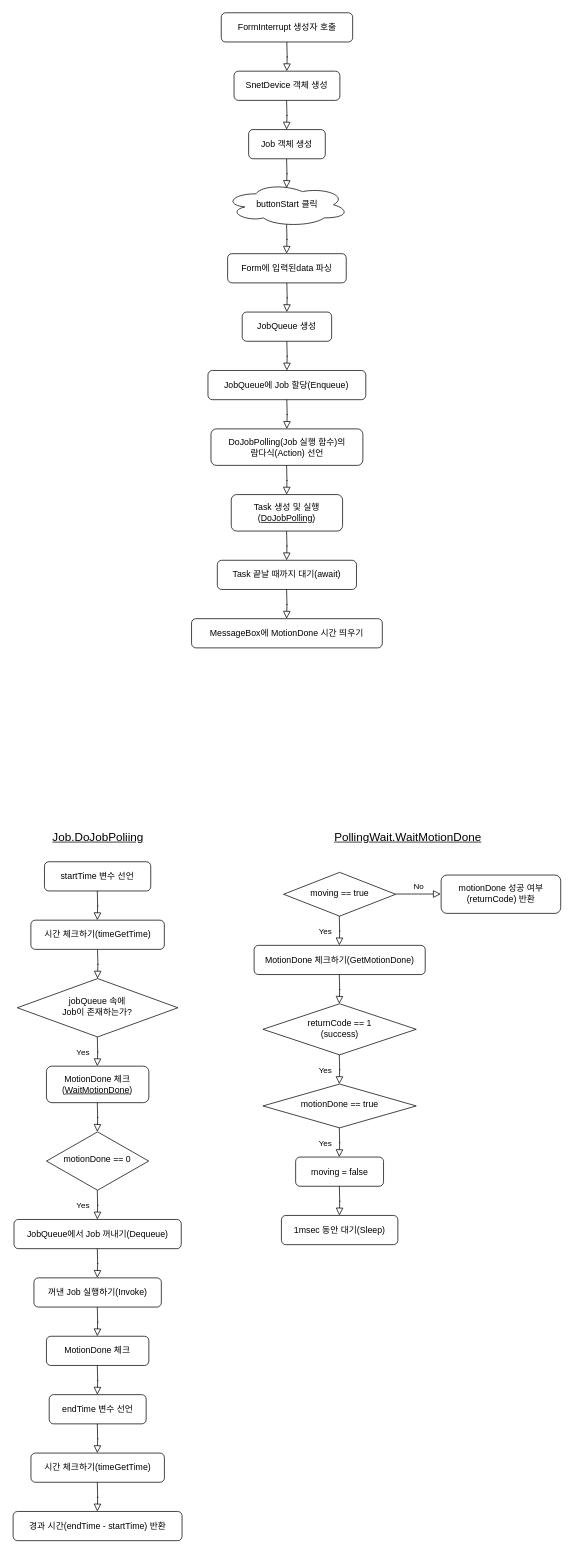
tataki26/EMotionEx keeps this draw.io diagram as page "FlowChart" (2 of 2) of SnetTestProgram/SnetTestProgram/SnetTestProgram.drawio. Above is the earlier version. Source tidied: cells renumbered, new cells numbered last; positions are measured from the earlier drawing's top-left corner, leaving out a move shared by most shapes. Both pictures are drawn from the tidied source at 73%, with x=0, y=0 at pixel (13, 12).
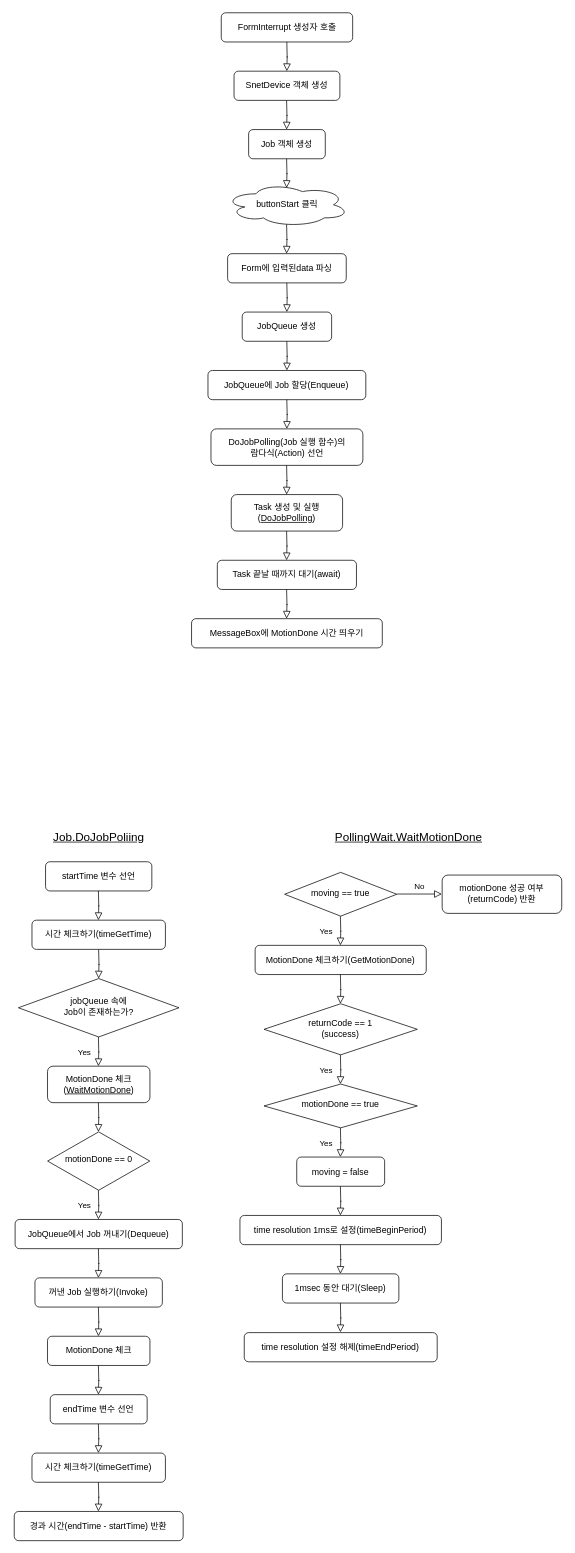
The same diagram, later.

What changed in the source:
```diff
@@
     <mxCell id="23" value="startTime 변수 선언" style="rounded=1;whiteSpace=wrap;html=1;fontSize=12;glass=0;strokeWidth=1;shadow=0;" parent="1" vertex="1">
-      <mxGeometry x="42.4" y="1163" width="145.6" height="40" as="geometry" />
+      <mxGeometry x="43.9" y="1163" width="145.6" height="40" as="geometry" />
     </mxCell>
     <mxCell id="24" style="rounded=0;html=1;jettySize=auto;orthogonalLoop=1;fontSize=11;endArrow=block;endFill=0;endSize=8;strokeWidth=1;shadow=0;labelBackgroundColor=none;edgeStyle=orthogonalEdgeStyle;" parent="1" edge="1">
       <mxGeometry relative="1" as="geometry">
-        <mxPoint x="115.1" y="1283" as="sourcePoint" />
-        <mxPoint x="115.1" y="1323" as="targetPoint" />
+        <mxPoint x="116.6" y="1283" as="sourcePoint" />
+        <mxPoint x="116.6" y="1323" as="targetPoint" />
       </mxGeometry>
     </mxCell>
     <mxCell id="25" value="jobQueue 속에&lt;br&gt;Job이 존재하는가?" style="rhombus;whiteSpace=wrap;html=1;shadow=0;fontFamily=Helvetica;fontSize=12;align=center;strokeWidth=1;spacing=6;spacingTop=-4;" parent="1" vertex="1">
-      <mxGeometry x="5.2" y="1323" width="220" height="80" as="geometry" />
+      <mxGeometry x="6.7" y="1323" width="220" height="80" as="geometry" />
     </mxCell>
     <mxCell id="26" value="Yes" style="rounded=0;html=1;jettySize=auto;orthogonalLoop=1;fontSize=11;endArrow=block;endFill=0;endSize=8;strokeWidth=1;shadow=0;labelBackgroundColor=none;edgeStyle=orthogonalEdgeStyle;" parent="1" edge="1">
       <mxGeometry y="20" relative="1" as="geometry">
-        <mxPoint x="114.8" y="1403" as="sourcePoint" />
-        <mxPoint x="114.8" y="1443" as="targetPoint" />
+        <mxPoint x="116.3" y="1403" as="sourcePoint" />
+        <mxPoint x="116.3" y="1443" as="targetPoint" />
       </mxGeometry>
     </mxCell>
     <mxCell id="27" value="MotionDone 체크(&lt;u&gt;WaitMotionDone&lt;/u&gt;)" style="rounded=1;whiteSpace=wrap;html=1;fontSize=12;glass=0;strokeWidth=1;shadow=0;" parent="1" vertex="1">
-      <mxGeometry x="45.1" y="1443" width="140.3" height="50" as="geometry" />
+      <mxGeometry x="46.6" y="1443" width="140.3" height="50" as="geometry" />
     </mxCell>
     <mxCell id="28" value="motionDone == 0" style="rhombus;whiteSpace=wrap;html=1;shadow=0;fontFamily=Helvetica;fontSize=12;align=center;strokeWidth=1;spacing=6;spacingTop=-4;" parent="1" vertex="1">
-      <mxGeometry x="45.2" y="1533" width="140" height="80" as="geometry" />
+      <mxGeometry x="46.7" y="1533" width="140" height="80" as="geometry" />
     </mxCell>
     <mxCell id="29" style="rounded=0;html=1;jettySize=auto;orthogonalLoop=1;fontSize=11;endArrow=block;endFill=0;endSize=8;strokeWidth=1;shadow=0;labelBackgroundColor=none;edgeStyle=orthogonalEdgeStyle;" parent="1" edge="1">
       <mxGeometry relative="1" as="geometry">
-        <mxPoint x="114.8" y="1493" as="sourcePoint" />
-        <mxPoint x="114.8" y="1533" as="targetPoint" />
+        <mxPoint x="116.3" y="1493" as="sourcePoint" />
+        <mxPoint x="116.3" y="1533" as="targetPoint" />
       </mxGeometry>
     </mxCell>
     <mxCell id="30" value="Yes" style="rounded=0;html=1;jettySize=auto;orthogonalLoop=1;fontSize=11;endArrow=block;endFill=0;endSize=8;strokeWidth=1;shadow=0;labelBackgroundColor=none;edgeStyle=orthogonalEdgeStyle;" parent="1" edge="1">
       <mxGeometry y="20" relative="1" as="geometry">
-        <mxPoint x="114.8" y="1613" as="sourcePoint" />
-        <mxPoint x="114.8" y="1653" as="targetPoint" />
+        <mxPoint x="116.3" y="1613" as="sourcePoint" />
+        <mxPoint x="116.3" y="1653" as="targetPoint" />
       </mxGeometry>
     </mxCell>
     <mxCell id="31" value="JobQueue에서 Job 꺼내기(Dequeue)" style="rounded=1;whiteSpace=wrap;html=1;fontSize=12;glass=0;strokeWidth=1;shadow=0;" parent="1" vertex="1">
-      <mxGeometry x="0.7" y="1653" width="229.1" height="40" as="geometry" />
+      <mxGeometry x="2.2" y="1653" width="229.1" height="40" as="geometry" />
     </mxCell>
     <mxCell id="32" style="rounded=0;html=1;jettySize=auto;orthogonalLoop=1;fontSize=11;endArrow=block;endFill=0;endSize=8;strokeWidth=1;shadow=0;labelBackgroundColor=none;edgeStyle=orthogonalEdgeStyle;" parent="1" edge="1">
       <mxGeometry relative="1" as="geometry">
-        <mxPoint x="114.8" y="1693" as="sourcePoint" />
-        <mxPoint x="114.8" y="1733" as="targetPoint" />
+        <mxPoint x="116.3" y="1693" as="sourcePoint" />
+        <mxPoint x="116.3" y="1733" as="targetPoint" />
       </mxGeometry>
     </mxCell>
     <mxCell id="33" value="꺼낸 Job 실행하기(Invoke)" style="rounded=1;whiteSpace=wrap;html=1;fontSize=12;glass=0;strokeWidth=1;shadow=0;" parent="1" vertex="1">
-      <mxGeometry x="28" y="1733" width="174.5" height="40" as="geometry" />
+      <mxGeometry x="29.4" y="1733" width="174.5" height="40" as="geometry" />
     </mxCell>
     <mxCell id="34" style="rounded=0;html=1;jettySize=auto;orthogonalLoop=1;fontSize=11;endArrow=block;endFill=0;endSize=8;strokeWidth=1;shadow=0;labelBackgroundColor=none;edgeStyle=orthogonalEdgeStyle;" parent="1" edge="1">
       <mxGeometry relative="1" as="geometry">
-        <mxPoint x="114.8" y="1773" as="sourcePoint" />
-        <mxPoint x="114.8" y="1813" as="targetPoint" />
+        <mxPoint x="116.3" y="1773" as="sourcePoint" />
+        <mxPoint x="116.3" y="1813" as="targetPoint" />
       </mxGeometry>
     </mxCell>
     <mxCell id="35" value="MotionDone 체크" style="rounded=1;whiteSpace=wrap;html=1;fontSize=12;glass=0;strokeWidth=1;shadow=0;" parent="1" vertex="1">
-      <mxGeometry x="45.1" y="1813" width="140.3" height="40" as="geometry" />
+      <mxGeometry x="46.6" y="1813" width="140.3" height="40" as="geometry" />
     </mxCell>
     <mxCell id="36" style="rounded=0;html=1;jettySize=auto;orthogonalLoop=1;fontSize=11;endArrow=block;endFill=0;endSize=8;strokeWidth=1;shadow=0;labelBackgroundColor=none;edgeStyle=orthogonalEdgeStyle;" parent="1" edge="1">
       <mxGeometry relative="1" as="geometry">
-        <mxPoint x="114.8" y="1203" as="sourcePoint" />
-        <mxPoint x="114.8" y="1243" as="targetPoint" />
+        <mxPoint x="116.3" y="1203" as="sourcePoint" />
+        <mxPoint x="116.3" y="1243" as="targetPoint" />
       </mxGeometry>
     </mxCell>
     <mxCell id="37" value="시간 체크하기(timeGetTime)" style="rounded=1;whiteSpace=wrap;html=1;fontSize=12;glass=0;strokeWidth=1;shadow=0;" parent="1" vertex="1">
-      <mxGeometry x="23.8" y="1243" width="182.8" height="40" as="geometry" />
+      <mxGeometry x="25.3" y="1243" width="182.8" height="40" as="geometry" />
     </mxCell>
     <mxCell id="38" value="endTime 변수 선언" style="rounded=1;whiteSpace=wrap;html=1;fontSize=12;glass=0;strokeWidth=1;shadow=0;" parent="1" vertex="1">
-      <mxGeometry x="48.9" y="1893" width="132.8" height="40" as="geometry" />
+      <mxGeometry x="50.3" y="1893" width="132.8" height="40" as="geometry" />
     </mxCell>
     <mxCell id="39" style="rounded=0;html=1;jettySize=auto;orthogonalLoop=1;fontSize=11;endArrow=block;endFill=0;endSize=8;strokeWidth=1;shadow=0;labelBackgroundColor=none;edgeStyle=orthogonalEdgeStyle;" parent="1" edge="1">
       <mxGeometry relative="1" as="geometry">
-        <mxPoint x="114.8" y="1933" as="sourcePoint" />
-        <mxPoint x="114.8" y="1973" as="targetPoint" />
+        <mxPoint x="116.3" y="1933" as="sourcePoint" />
+        <mxPoint x="116.3" y="1973" as="targetPoint" />
       </mxGeometry>
     </mxCell>
     <mxCell id="40" value="시간 체크하기(timeGetTime)" style="rounded=1;whiteSpace=wrap;html=1;fontSize=12;glass=0;strokeWidth=1;shadow=0;" parent="1" vertex="1">
-      <mxGeometry x="23.9" y="1973" width="182.8" height="40" as="geometry" />
+      <mxGeometry x="25.3" y="1973" width="182.8" height="40" as="geometry" />
     </mxCell>
     <mxCell id="41" style="rounded=0;html=1;jettySize=auto;orthogonalLoop=1;fontSize=11;endArrow=block;endFill=0;endSize=8;strokeWidth=1;shadow=0;labelBackgroundColor=none;edgeStyle=orthogonalEdgeStyle;" parent="1" edge="1">
       <mxGeometry relative="1" as="geometry">
-        <mxPoint x="114.8" y="1853" as="sourcePoint" />
-        <mxPoint x="114.8" y="1893" as="targetPoint" />
+        <mxPoint x="116.3" y="1853" as="sourcePoint" />
+        <mxPoint x="116.3" y="1893" as="targetPoint" />
       </mxGeometry>
     </mxCell>
     <mxCell id="42" style="rounded=0;html=1;jettySize=auto;orthogonalLoop=1;fontSize=11;endArrow=block;endFill=0;endSize=8;strokeWidth=1;shadow=0;labelBackgroundColor=none;edgeStyle=orthogonalEdgeStyle;" parent="1" edge="1">
       <mxGeometry relative="1" as="geometry">
-        <mxPoint x="114.8" y="2013" as="sourcePoint" />
-        <mxPoint x="114.8" y="2053" as="targetPoint" />
+        <mxPoint x="116.3" y="2013" as="sourcePoint" />
+        <mxPoint x="116.3" y="2053" as="targetPoint" />
       </mxGeometry>
     </mxCell>
     <mxCell id="43" value="경과 시간(endTime - startTime) 반환" style="rounded=1;whiteSpace=wrap;html=1;fontSize=12;glass=0;strokeWidth=1;shadow=0;" parent="1" vertex="1">
-      <mxGeometry x="-0.5" y="2053" width="231.4" height="40" as="geometry" />
+      <mxGeometry x="1" y="2053" width="231.4" height="40" as="geometry" />
     </mxCell>
     <mxCell id="44" value="moving == true" style="rhombus;whiteSpace=wrap;html=1;shadow=0;fontFamily=Helvetica;fontSize=12;align=center;strokeWidth=1;spacing=6;spacingTop=-4;" parent="1" vertex="1">
-      <mxGeometry x="370" y="1177.5" width="153.6" height="60" as="geometry" />
+      <mxGeometry x="371.4" y="1177.5" width="153.6" height="60" as="geometry" />
     </mxCell>
     <mxCell id="45" value="Yes" style="rounded=0;html=1;jettySize=auto;orthogonalLoop=1;fontSize=11;endArrow=block;endFill=0;endSize=8;strokeWidth=1;shadow=0;labelBackgroundColor=none;edgeStyle=orthogonalEdgeStyle;" parent="1" edge="1">
       <mxGeometry y="20" relative="1" as="geometry">
-        <mxPoint x="446.3" y="1237.5" as="sourcePoint" />
-        <mxPoint x="446.3" y="1277.5" as="targetPoint" />
+        <mxPoint x="447.8" y="1237.5" as="sourcePoint" />
+        <mxPoint x="447.8" y="1277.5" as="targetPoint" />
       </mxGeometry>
     </mxCell>
     <mxCell id="46" value="MotionDone 체크하기(GetMotionDone)" style="rounded=1;whiteSpace=wrap;html=1;fontSize=12;glass=0;strokeWidth=1;shadow=0;" parent="1" vertex="1">
-      <mxGeometry x="329.6" y="1277.5" width="234.4" height="40" as="geometry" />
+      <mxGeometry x="331" y="1277.5" width="234.4" height="40" as="geometry" />
     </mxCell>
     <mxCell id="47" style="rounded=0;html=1;jettySize=auto;orthogonalLoop=1;fontSize=11;endArrow=block;endFill=0;endSize=8;strokeWidth=1;shadow=0;labelBackgroundColor=none;edgeStyle=orthogonalEdgeStyle;" parent="1" edge="1">
       <mxGeometry relative="1" as="geometry">
-        <mxPoint x="446.3" y="1317.5" as="sourcePoint" />
-        <mxPoint x="446.3" y="1357.5" as="targetPoint" />
+        <mxPoint x="447.8" y="1317.5" as="sourcePoint" />
+        <mxPoint x="447.8" y="1357.5" as="targetPoint" />
       </mxGeometry>
     </mxCell>
     <mxCell id="48" value="returnCode == 1&lt;br&gt;(success)" style="rhombus;whiteSpace=wrap;html=1;shadow=0;fontFamily=Helvetica;fontSize=12;align=center;strokeWidth=1;spacing=6;spacingTop=-4;" parent="1" vertex="1">
-      <mxGeometry x="341.7" y="1357.5" width="210" height="70" as="geometry" />
+      <mxGeometry x="343.2" y="1357.5" width="210" height="70" as="geometry" />
     </mxCell>
     <mxCell id="49" value="Yes" style="rounded=0;html=1;jettySize=auto;orthogonalLoop=1;fontSize=11;endArrow=block;endFill=0;endSize=8;strokeWidth=1;shadow=0;labelBackgroundColor=none;edgeStyle=orthogonalEdgeStyle;" parent="1" edge="1">
       <mxGeometry y="20" relative="1" as="geometry">
-        <mxPoint x="446.3" y="1427.5" as="sourcePoint" />
-        <mxPoint x="446.3" y="1467.5" as="targetPoint" />
+        <mxPoint x="447.8" y="1427.5" as="sourcePoint" />
+        <mxPoint x="447.8" y="1467.5" as="targetPoint" />
       </mxGeometry>
     </mxCell>
     <mxCell id="50" value="motionDone == true" style="rhombus;whiteSpace=wrap;html=1;shadow=0;fontFamily=Helvetica;fontSize=12;align=center;strokeWidth=1;spacing=6;spacingTop=-4;" parent="1" vertex="1">
-      <mxGeometry x="341.7" y="1467.5" width="210" height="60" as="geometry" />
+      <mxGeometry x="343.2" y="1467.5" width="210" height="60" as="geometry" />
     </mxCell>
     <mxCell id="51" value="Yes" style="rounded=0;html=1;jettySize=auto;orthogonalLoop=1;fontSize=11;endArrow=block;endFill=0;endSize=8;strokeWidth=1;shadow=0;labelBackgroundColor=none;edgeStyle=orthogonalEdgeStyle;" parent="1" edge="1">
       <mxGeometry y="20" relative="1" as="geometry">
-        <mxPoint x="446.3" y="1527.5" as="sourcePoint" />
-        <mxPoint x="446.3" y="1567.5" as="targetPoint" />
+        <mxPoint x="447.8" y="1527.5" as="sourcePoint" />
+        <mxPoint x="447.8" y="1567.5" as="targetPoint" />
       </mxGeometry>
     </mxCell>
     <mxCell id="52" value="moving = false" style="rounded=1;whiteSpace=wrap;html=1;fontSize=12;glass=0;strokeWidth=1;shadow=0;" parent="1" vertex="1">
-      <mxGeometry x="386.5" y="1567.5" width="120.4" height="40" as="geometry" />
+      <mxGeometry x="388" y="1567.5" width="120.4" height="40" as="geometry" />
     </mxCell>
     <mxCell id="53" value="No" style="edgeStyle=orthogonalEdgeStyle;rounded=0;html=1;jettySize=auto;orthogonalLoop=1;fontSize=11;endArrow=block;endFill=0;endSize=8;strokeWidth=1;shadow=0;labelBackgroundColor=none;" parent="1" edge="1">
       <mxGeometry y="10" relative="1" as="geometry">
-        <mxPoint x="523.5" y="1207.2" as="sourcePoint" />
-        <mxPoint x="585.3" y="1207.2" as="targetPoint" />
+        <mxPoint x="525" y="1207.2" as="sourcePoint" />
+        <mxPoint x="586.8" y="1207.2" as="targetPoint" />
         <Array as="points">
-          <mxPoint x="545.3" y="1207.2" />
-          <mxPoint x="545.3" y="1207.2" />
+          <mxPoint x="546.8" y="1207.2" />
+          <mxPoint x="546.8" y="1207.2" />
         </Array>
       </mxGeometry>
     </mxCell>
     <mxCell id="54" value="motionDone 성공 여부(returnCode) 반환" style="rounded=1;whiteSpace=wrap;html=1;fontSize=12;glass=0;strokeWidth=1;shadow=0;" parent="1" vertex="1">
-      <mxGeometry x="585.8" y="1181.2" width="163.8" height="52.5" as="geometry" />
+      <mxGeometry x="587.2" y="1181.2" width="163.8" height="52.5" as="geometry" />
     </mxCell>
     <mxCell id="55" style="rounded=0;html=1;jettySize=auto;orthogonalLoop=1;fontSize=11;endArrow=block;endFill=0;endSize=8;strokeWidth=1;shadow=0;labelBackgroundColor=none;edgeStyle=orthogonalEdgeStyle;" parent="1" edge="1">
       <mxGeometry relative="1" as="geometry">
-        <mxPoint x="446.4" y="1607.5" as="sourcePoint" />
-        <mxPoint x="446.4" y="1647.5" as="targetPoint" />
+        <mxPoint x="447.8" y="1607.5" as="sourcePoint" />
+        <mxPoint x="447.8" y="1647.5" as="targetPoint" />
       </mxGeometry>
     </mxCell>
-    <mxCell id="56" value="1msec 동안 대기(Sleep)" style="rounded=1;whiteSpace=wrap;html=1;fontSize=12;glass=0;strokeWidth=1;shadow=0;" parent="1" vertex="1">
-      <mxGeometry x="367" y="1647.5" width="159.5" height="40" as="geometry" />
+    <mxCell id="56" value="time resolution 1ms로 설정(timeBeginPeriod)" style="rounded=1;whiteSpace=wrap;html=1;fontSize=12;glass=0;strokeWidth=1;shadow=0;" parent="1" vertex="1">
+      <mxGeometry x="310.2" y="1647.5" width="276" height="40" as="geometry" />
     </mxCell>
     <mxCell id="57" value="&lt;font style=&quot;font-size: 16px&quot;&gt;&lt;u&gt;Job.DoJobPoliing&lt;/u&gt;&lt;/font&gt;" style="text;html=1;strokeColor=none;fillColor=none;align=center;verticalAlign=middle;whiteSpace=wrap;rounded=0;" parent="1" vertex="1">
-      <mxGeometry x="30.5" y="1114" width="170" height="30" as="geometry" />
+      <mxGeometry x="32" y="1114" width="170" height="30" as="geometry" />
     </mxCell>
     <mxCell id="58" value="&lt;span style=&quot;font-size: 16px&quot;&gt;&lt;u&gt;PollingWait.WaitMotionDone&lt;/u&gt;&lt;/span&gt;" style="text;html=1;strokeColor=none;fillColor=none;align=center;verticalAlign=middle;whiteSpace=wrap;rounded=0;" parent="1" vertex="1">
-      <mxGeometry x="425.7" y="1114" width="228.6" height="30" as="geometry" />
+      <mxGeometry x="427.1" y="1114" width="228.6" height="30" as="geometry" />
     </mxCell>
+    <mxCell id="59" style="rounded=0;html=1;jettySize=auto;orthogonalLoop=1;fontSize=11;endArrow=block;endFill=0;endSize=8;strokeWidth=1;shadow=0;labelBackgroundColor=none;edgeStyle=orthogonalEdgeStyle;" parent="1" edge="1">
+      <mxGeometry relative="1" as="geometry">
+        <mxPoint x="447.8" y="1687.5" as="sourcePoint" />
+        <mxPoint x="447.8" y="1727.5" as="targetPoint" />
+      </mxGeometry>
+    </mxCell>
+    <mxCell id="60" value="1msec 동안 대기(Sleep)" style="rounded=1;whiteSpace=wrap;html=1;fontSize=12;glass=0;strokeWidth=1;shadow=0;" parent="1" vertex="1">
+      <mxGeometry x="368.4" y="1727.5" width="159.5" height="40" as="geometry" />
+    </mxCell>
+    <mxCell id="61" style="rounded=0;html=1;jettySize=auto;orthogonalLoop=1;fontSize=11;endArrow=block;endFill=0;endSize=8;strokeWidth=1;shadow=0;labelBackgroundColor=none;edgeStyle=orthogonalEdgeStyle;" parent="1" edge="1">
+      <mxGeometry relative="1" as="geometry">
+        <mxPoint x="447.8" y="1767.5" as="sourcePoint" />
+        <mxPoint x="447.8" y="1807.5" as="targetPoint" />
+      </mxGeometry>
+    </mxCell>
+    <mxCell id="62" value="time resolution 설정 해제(timeEndPeriod)" style="rounded=1;whiteSpace=wrap;html=1;fontSize=12;glass=0;strokeWidth=1;shadow=0;" parent="1" vertex="1">
+      <mxGeometry x="316.1" y="1808" width="264.3" height="40" as="geometry" />
+    </mxCell>
```
